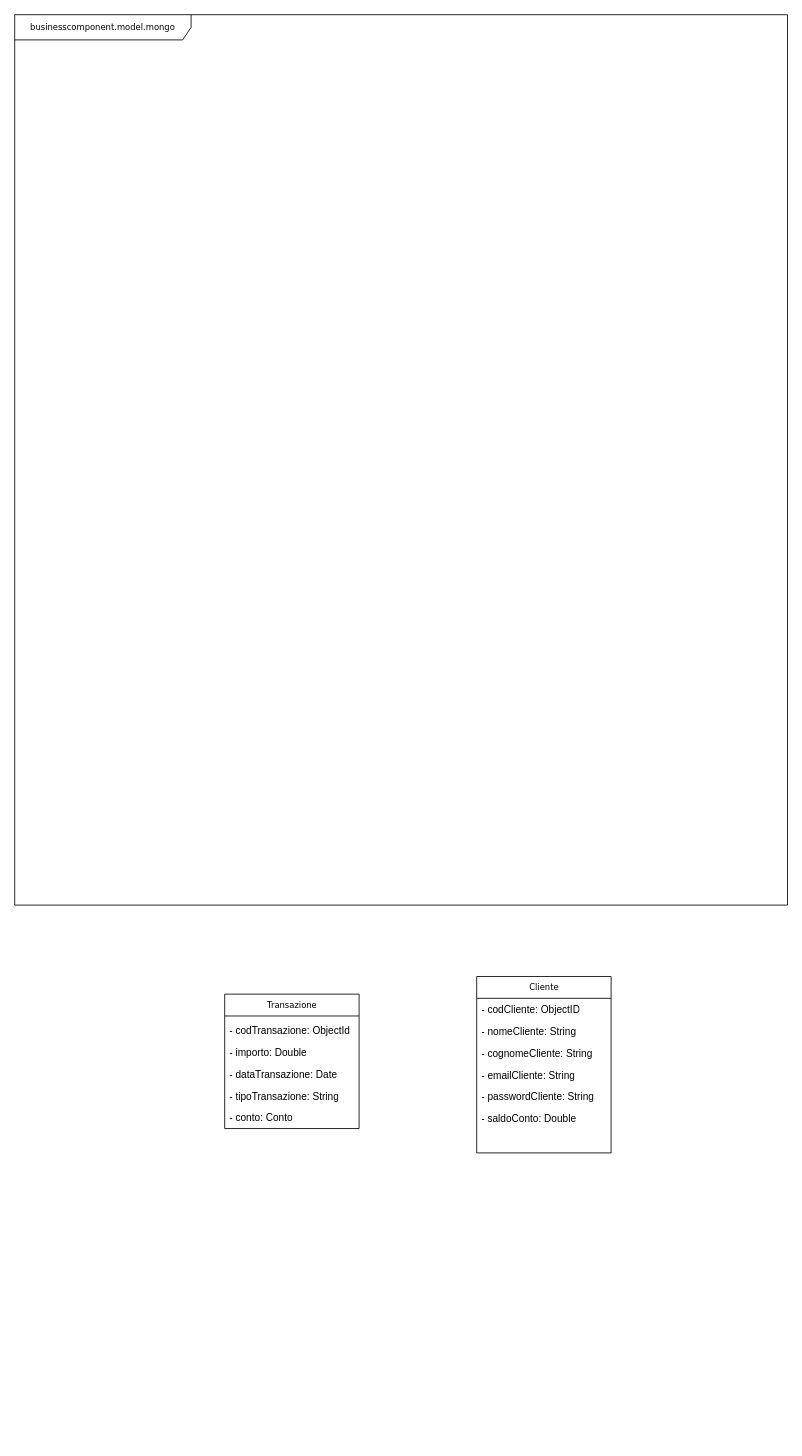
Before: page "modelMongo" (2 of 4) of DiagrammaCalssi.drawio in davide-vigano-tas/applicazione-bancaria, a draw.io diagram. Source tidied: cells renumbered, new cells numbered last; positions are measured from the earlier drawing's top-left corner, leaving out a move shared by most shapes. Both pictures are drawn from the tidied source at 84%, with x=0, y=0 at pixel (14, 14).
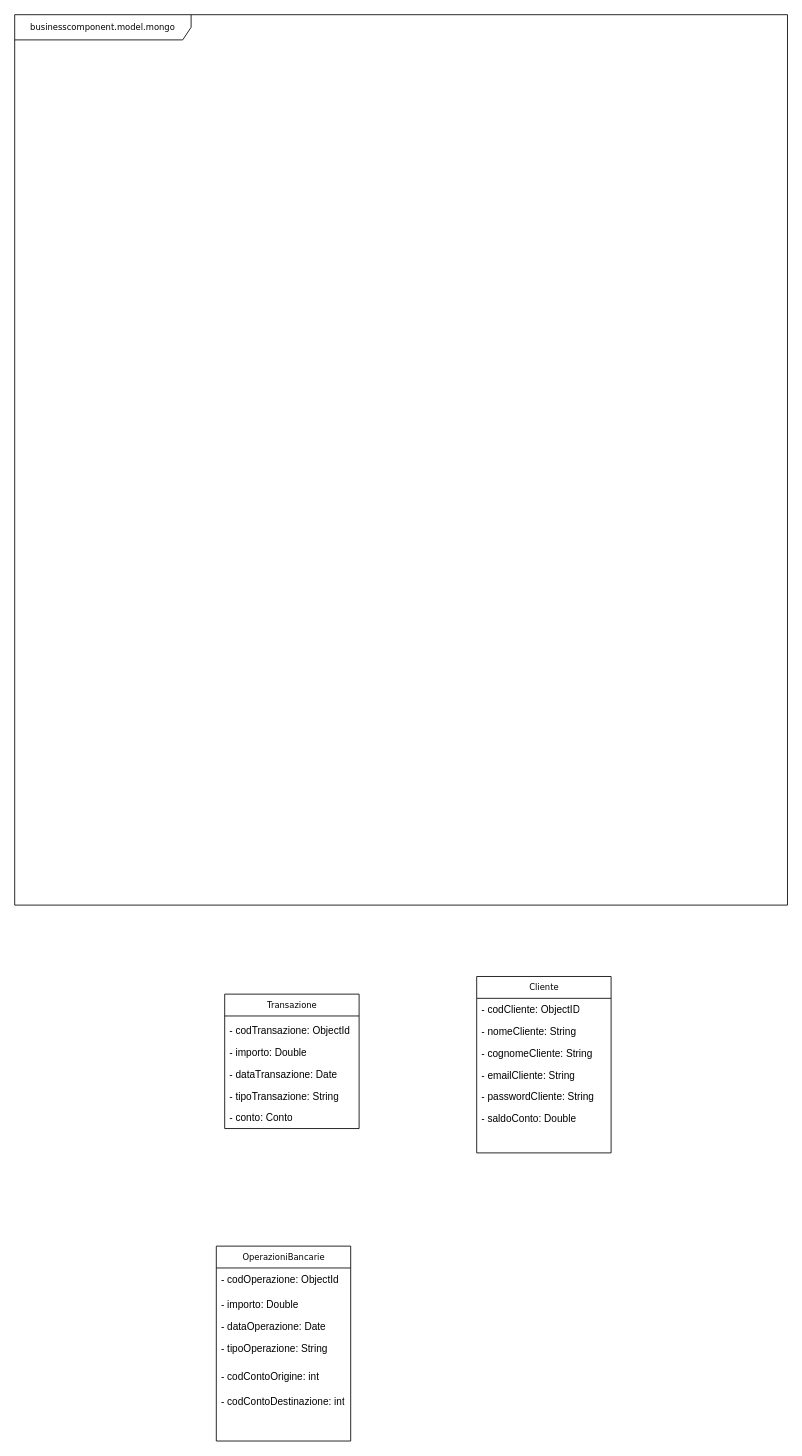
The same page after the edit.

Change to the diagram source:
```diff
@@
+    <mxCell id="17" style="group;" parent="1" vertex="1">
+      <mxGeometry x="240" y="1470" width="160" height="210" as="geometry" />
+    </mxCell>
+    <mxCell id="18" value="OperazioniBancarie" style="swimlane;html=1;fontStyle=0;horizontal=1;startSize=26;fillColor=none;swimlaneFillColor=#ffffff;rounded=0;shadow=0;comic=0;labelBackgroundColor=none;strokeWidth=1;fontFamily=Verdana;fontSize=10;align=center;" parent="17" vertex="1">
+      <mxGeometry y="-4" width="160" height="232" as="geometry" />
+    </mxCell>
+    <mxCell id="19" value="- codOperazione: ObjectId" style="text;html=1;strokeColor=none;fillColor=none;align=left;verticalAlign=top;spacingLeft=4;spacingRight=4;whiteSpace=wrap;overflow=hidden;" parent="18" vertex="1">
+      <mxGeometry y="26" width="160" height="26" as="geometry" />
+    </mxCell>
+    <mxCell id="20" style="text;html=1;strokeColor=none;fillColor=none;align=left;verticalAlign=top;spacingLeft=4;spacingRight=4;whiteSpace=wrap;overflow=hidden;" parent="18" vertex="1">
+      <mxGeometry y="52" width="160" height="30" as="geometry" />
+    </mxCell>
+    <mxCell id="21" style="text;html=1;strokeColor=none;fillColor=none;align=left;verticalAlign=top;spacingLeft=4;spacingRight=4;whiteSpace=wrap;overflow=hidden;" parent="18" vertex="1">
+      <mxGeometry y="82" width="160" height="30" as="geometry" />
+    </mxCell>
+    <mxCell id="22" style="text;html=1;strokeColor=none;fillColor=none;align=left;verticalAlign=top;spacingLeft=4;spacingRight=4;whiteSpace=wrap;overflow=hidden;" parent="18" vertex="1">
+      <mxGeometry y="112" width="160" height="30" as="geometry" />
+    </mxCell>
+    <mxCell id="23" value="- codContoOrigine: int" style="text;html=1;strokeColor=none;fillColor=none;align=left;verticalAlign=top;spacingLeft=4;spacingRight=4;whiteSpace=wrap;overflow=hidden;" parent="18" vertex="1">
+      <mxGeometry y="142" width="160" height="30" as="geometry" />
+    </mxCell>
+    <mxCell id="24" value="- codContoDestinazione: int" style="text;html=1;strokeColor=none;fillColor=none;align=left;verticalAlign=top;spacingLeft=4;spacingRight=4;whiteSpace=wrap;overflow=hidden;" parent="18" vertex="1">
+      <mxGeometry y="172" width="160" height="30" as="geometry" />
+    </mxCell>
+    <mxCell id="25" value="- importo: Double" style="text;html=1;strokeColor=none;fillColor=none;align=left;verticalAlign=top;spacingLeft=4;spacingRight=4;whiteSpace=wrap;overflow=hidden;" parent="17" vertex="1">
+      <mxGeometry y="52" width="160" height="26" as="geometry" />
+    </mxCell>
+    <mxCell id="26" value="- dataOperazione: Date" style="text;html=1;strokeColor=none;fillColor=none;align=left;verticalAlign=top;spacingLeft=4;spacingRight=4;whiteSpace=wrap;overflow=hidden;" parent="17" vertex="1">
+      <mxGeometry y="78" width="160" height="26" as="geometry" />
+    </mxCell>
+    <mxCell id="27" value="- tipoOperazione: String" style="text;html=1;strokeColor=none;fillColor=none;align=left;verticalAlign=top;spacingLeft=4;spacingRight=4;whiteSpace=wrap;overflow=hidden;" parent="17" vertex="1">
+      <mxGeometry y="104" width="160" height="26" as="geometry" />
+    </mxCell>
```
